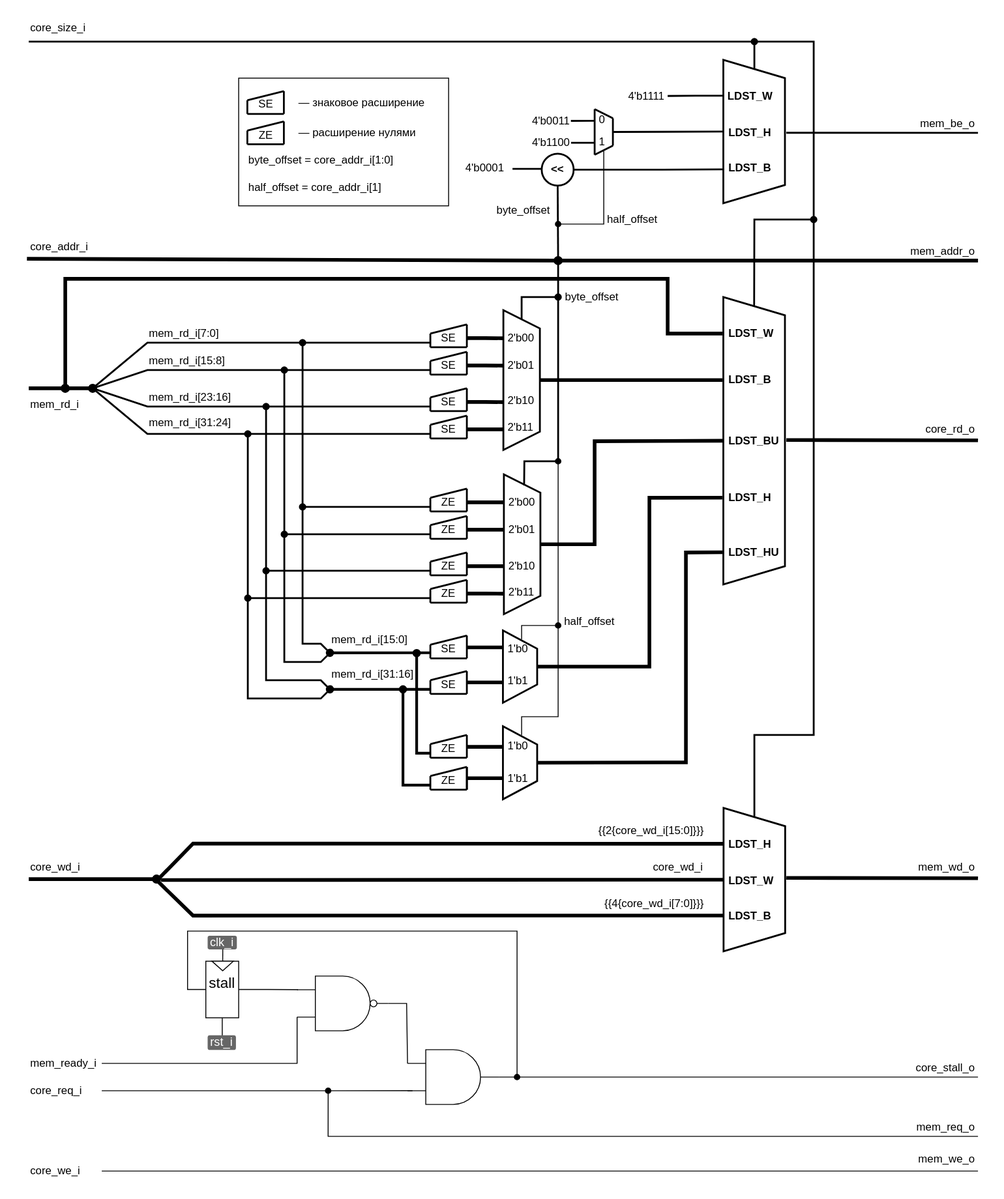
Before: .pic/Labs/lab_08_lsu/fig_06.drawio.svg, a diagram exported from draw.io (MPSU/APS). Source tidied: cells renumbered, new cells last; positions are measured from the earlier drawing's top-left corner, leaving out a move shared by most shapes.
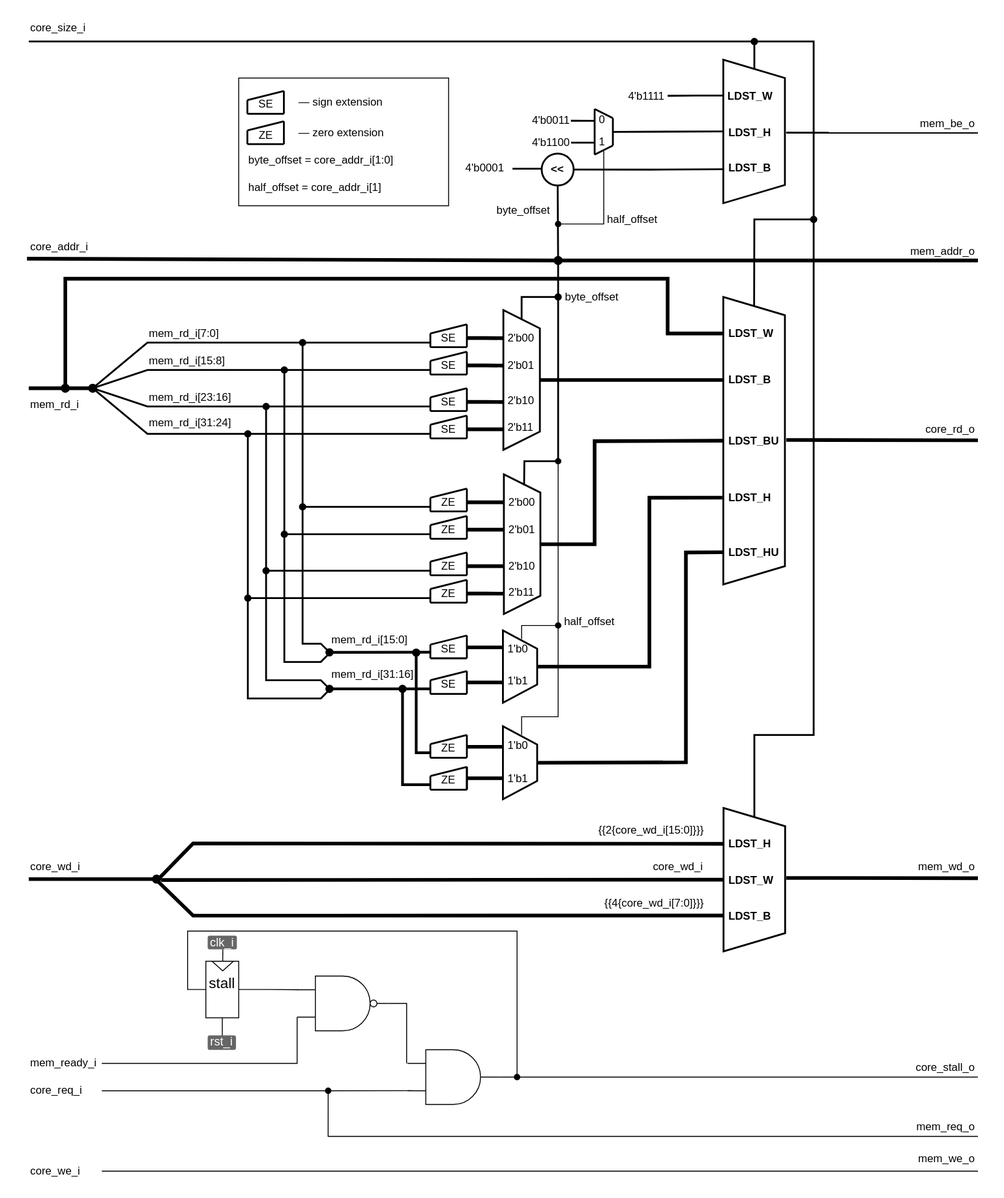
Above is the later version.

The edit, as a diff of the source:
```diff
@@ -1101,7 +1101,7 @@
     <mxCell id="225" value="SE" style="text;html=1;strokeColor=none;fillColor=none;align=center;verticalAlign=middle;whiteSpace=wrap;rounded=0;strokeWidth=2;" parent="220" vertex="1">
       <mxGeometry y="5" width="40" height="20" as="geometry" />
     </mxCell>
-    <mxCell id="226" value="— знаковое расширение" style="text;html=1;strokeColor=none;fillColor=none;align=left;verticalAlign=middle;whiteSpace=wrap;rounded=0;fontSize=12;comic=0;" parent="1" vertex="1">
+    <mxCell id="226" value="— sign extension" style="text;html=1;strokeColor=none;fillColor=none;align=left;verticalAlign=middle;whiteSpace=wrap;rounded=0;fontSize=12;comic=0;" parent="1" vertex="1">
       <mxGeometry x="295.5" y="81.7" width="155" height="20" as="geometry" />
     </mxCell>
     <mxCell id="227" style="group;" parent="1" vertex="1">
@@ -1134,7 +1134,7 @@
     <mxCell id="232" value="ZE" style="text;html=1;strokeColor=none;fillColor=none;align=center;verticalAlign=middle;whiteSpace=wrap;rounded=0;strokeWidth=2;" parent="227" vertex="1">
       <mxGeometry y="5" width="40" height="20" as="geometry" />
     </mxCell>
-    <mxCell id="233" value="— расширение нулями" style="text;html=1;strokeColor=none;fillColor=none;align=left;verticalAlign=middle;whiteSpace=wrap;rounded=0;fontSize=12;comic=0;" parent="1" vertex="1">
+    <mxCell id="233" value="— zero extension" style="text;html=1;strokeColor=none;fillColor=none;align=left;verticalAlign=middle;whiteSpace=wrap;rounded=0;fontSize=12;comic=0;" parent="1" vertex="1">
       <mxGeometry x="295.5" y="115" width="155" height="20" as="geometry" />
     </mxCell>
   </root>
```
